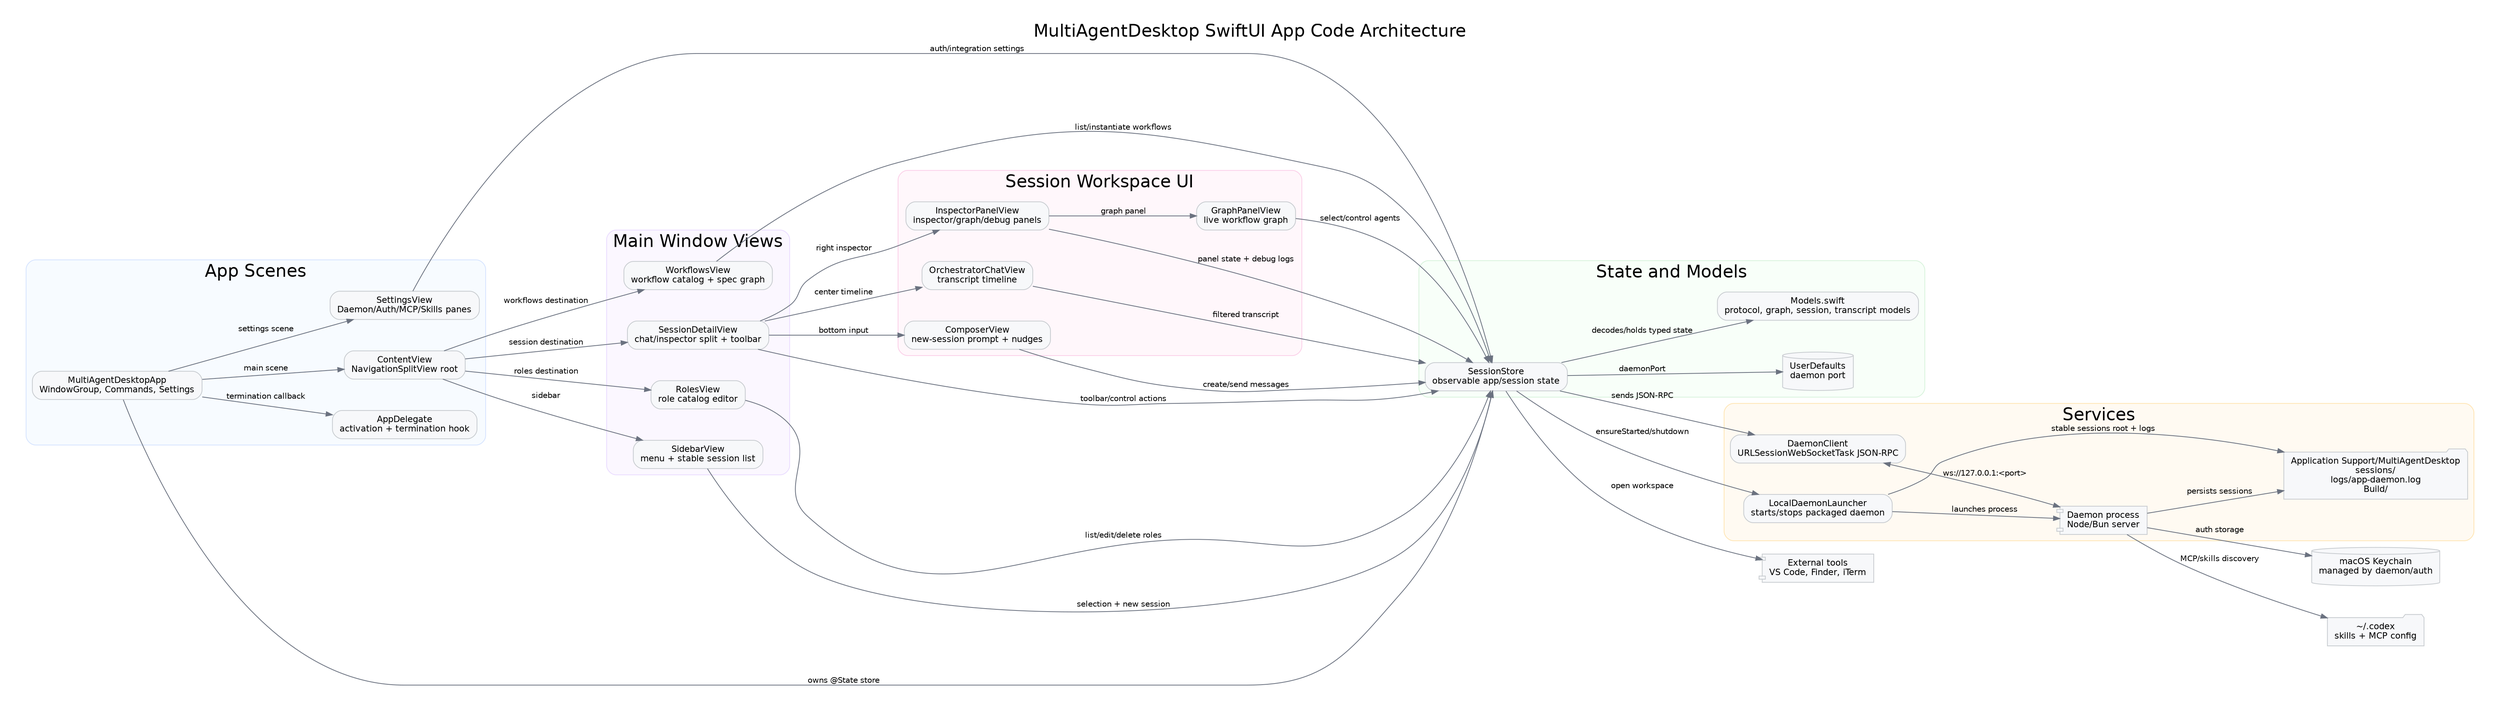
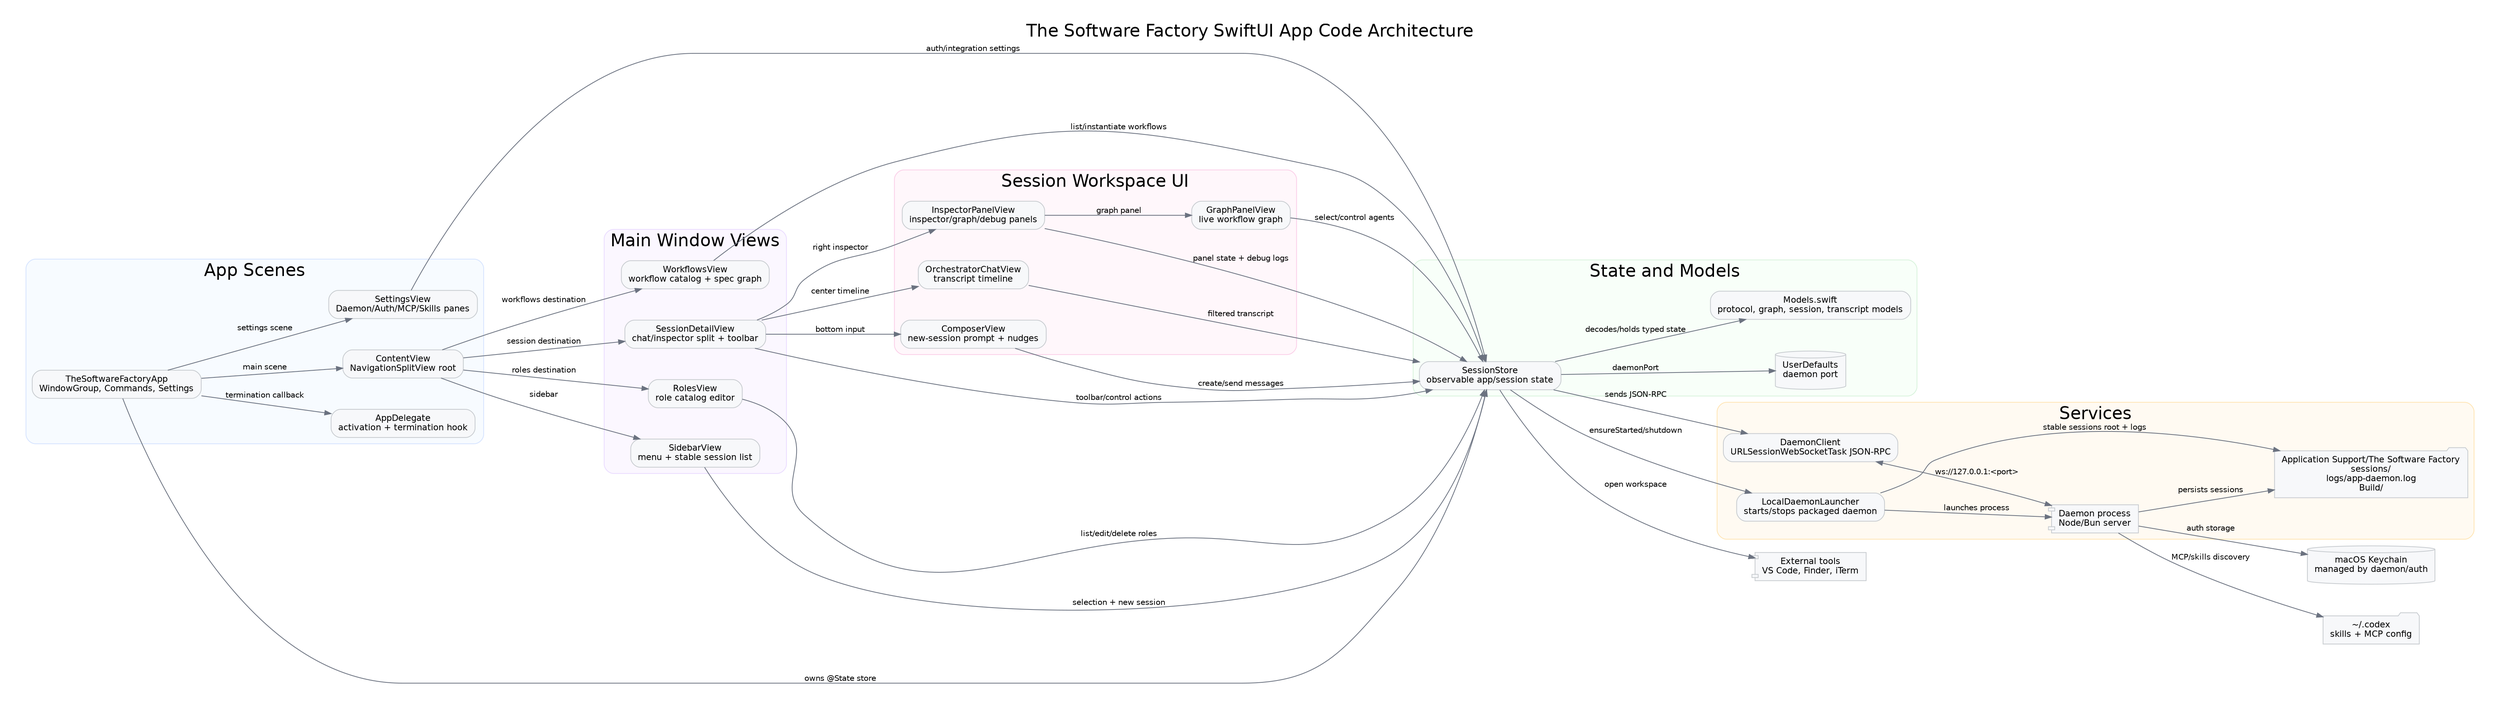
digraph MacAppArchitecture {
  graph [
-     label="MultiAgentDesktop SwiftUI App Code Architecture",
+     label="The Software Factory SwiftUI App Code Architecture",
    labelloc="t",
    fontsize=22,
    fontname="Helvetica",
    rankdir=LR,
    compound=true,
    bgcolor="white",
    pad=0.35,
    nodesep=0.55,
    ranksep=0.85
  ];

  node [
    shape=box,
    style="rounded,filled",
    fontname="Helvetica",
    fontsize=11,
    color="#c8ccd0",
    fillcolor="#f7f8fa",
    margin="0.12,0.08"
  ];

  edge [
    fontname="Helvetica",
    fontsize=10,
    color="#6b7280",
    arrowsize=0.8
  ];

  subgraph cluster_scene {
    label="App Scenes";
    color="#d6e4ff";
    style="rounded,filled";
    fillcolor="#f7fbff";

-     app [label="MultiAgentDesktopApp\nWindowGroup, Commands, Settings"];
+     app [label="TheSoftwareFactoryApp\nWindowGroup, Commands, Settings"];
    appDelegate [label="AppDelegate\nactivation + termination hook"];
    contentView [label="ContentView\nNavigationSplitView root"];
    settingsView [label="SettingsView\nDaemon/Auth/MCP/Skills panes"];
  }

  subgraph cluster_state {
    label="State and Models";
    color="#d8f3dc";
    style="rounded,filled";
    fillcolor="#f8fff9";

    sessionStore [label="SessionStore\nobservable app/session state"];
    models [label="Models.swift\nprotocol, graph, session, transcript models"];
    userDefaults [shape=cylinder, label="UserDefaults\ndaemon port"];
  }

  subgraph cluster_services {
    label="Services";
    color="#ffe5b4";
    style="rounded,filled";
    fillcolor="#fffaf2";

    daemonClient [label="DaemonClient\nURLSessionWebSocketTask JSON-RPC"];
    localDaemonLauncher [label="LocalDaemonLauncher\nstarts/stops packaged daemon"];
    daemonProcess [shape=component, label="Daemon process\nNode/Bun server"];
-     appSupport [shape=folder, label="Application Support/MultiAgentDesktop\nsessions/\nlogs/app-daemon.log\nBuild/"];
+     appSupport [shape=folder, label="Application Support/The Software Factory\nsessions/\nlogs/app-daemon.log\nBuild/"];
  }

  subgraph cluster_navigation {
    label="Main Window Views";
    color="#eadcff";
    style="rounded,filled";
    fillcolor="#fbf7ff";

    sidebar [label="SidebarView\nmenu + stable session list"];
    sessionDetail [label="SessionDetailView\nchat/inspector split + toolbar"];
    rolesView [label="RolesView\nrole catalog editor"];
    workflowsView [label="WorkflowsView\nworkflow catalog + spec graph"];
  }

  subgraph cluster_session_ui {
    label="Session Workspace UI";
    color="#fbcfe8";
    style="rounded,filled";
    fillcolor="#fff7fb";

    chatView [label="OrchestratorChatView\ntranscript timeline"];
    composer [label="ComposerView\nnew-session prompt + nudges"];
    inspector [label="InspectorPanelView\ninspector/graph/debug panels"];
    graphPanel [label="GraphPanelView\nlive workflow graph"];
  }

  externalTools [shape=component, label="External tools\nVS Code, Finder, iTerm"];
  keychain [shape=cylinder, label="macOS Keychain\nmanaged by daemon/auth"];
  codexConfig [shape=folder, label="~/.codex\nskills + MCP config"];

  app -> appDelegate [label="termination callback"];
  app -> sessionStore [label="owns @State store"];
  app -> contentView [label="main scene"];
  app -> settingsView [label="settings scene"];

  contentView -> sidebar [label="sidebar"];
  contentView -> sessionDetail [label="session destination"];
  contentView -> rolesView [label="roles destination"];
  contentView -> workflowsView [label="workflows destination"];

  sessionDetail -> chatView [label="center timeline"];
  sessionDetail -> composer [label="bottom input"];
  sessionDetail -> inspector [label="right inspector"];
  inspector -> graphPanel [label="graph panel"];

  sidebar -> sessionStore [label="selection + new session"];
  sessionDetail -> sessionStore [label="toolbar/control actions"];
  chatView -> sessionStore [label="filtered transcript"];
  composer -> sessionStore [label="create/send messages"];
  inspector -> sessionStore [label="panel state + debug logs"];
  graphPanel -> sessionStore [label="select/control agents"];
  rolesView -> sessionStore [label="list/edit/delete roles"];
  workflowsView -> sessionStore [label="list/instantiate workflows"];
  settingsView -> sessionStore [label="auth/integration settings"];

  sessionStore -> models [label="decodes/holds typed state"];
  sessionStore -> daemonClient [label="sends JSON-RPC"];
  sessionStore -> localDaemonLauncher [label="ensureStarted/shutdown"];
  sessionStore -> userDefaults [label="daemonPort"];
  sessionStore -> externalTools [label="open workspace"];

  daemonClient -> daemonProcess [label="ws://127.0.0.1:<port>", dir=both];
  localDaemonLauncher -> daemonProcess [label="launches process"];
  localDaemonLauncher -> appSupport [label="stable sessions root + logs"];
  daemonProcess -> appSupport [label="persists sessions"];
  daemonProcess -> keychain [label="auth storage"];
  daemonProcess -> codexConfig [label="MCP/skills discovery"];
}
